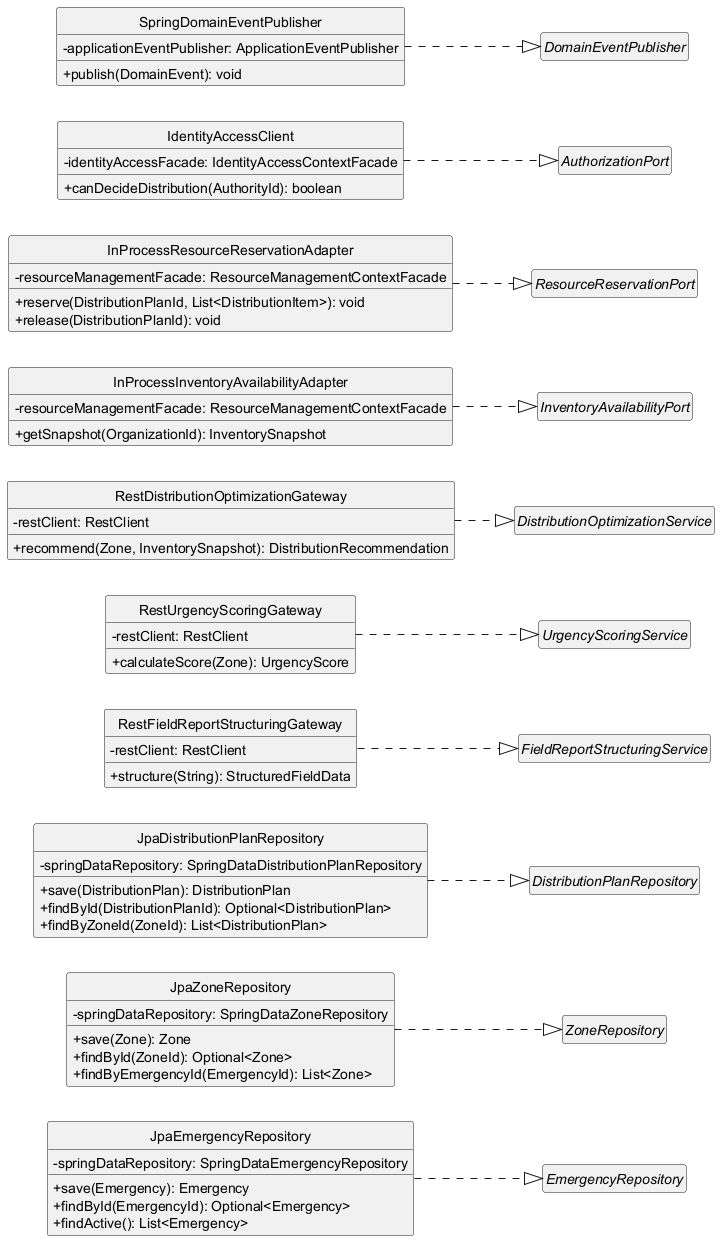
Earlier version of the PlantUML export assets/infrastructure-layer/EmergencyManagement.png (Waqta-Labs/ase-report).
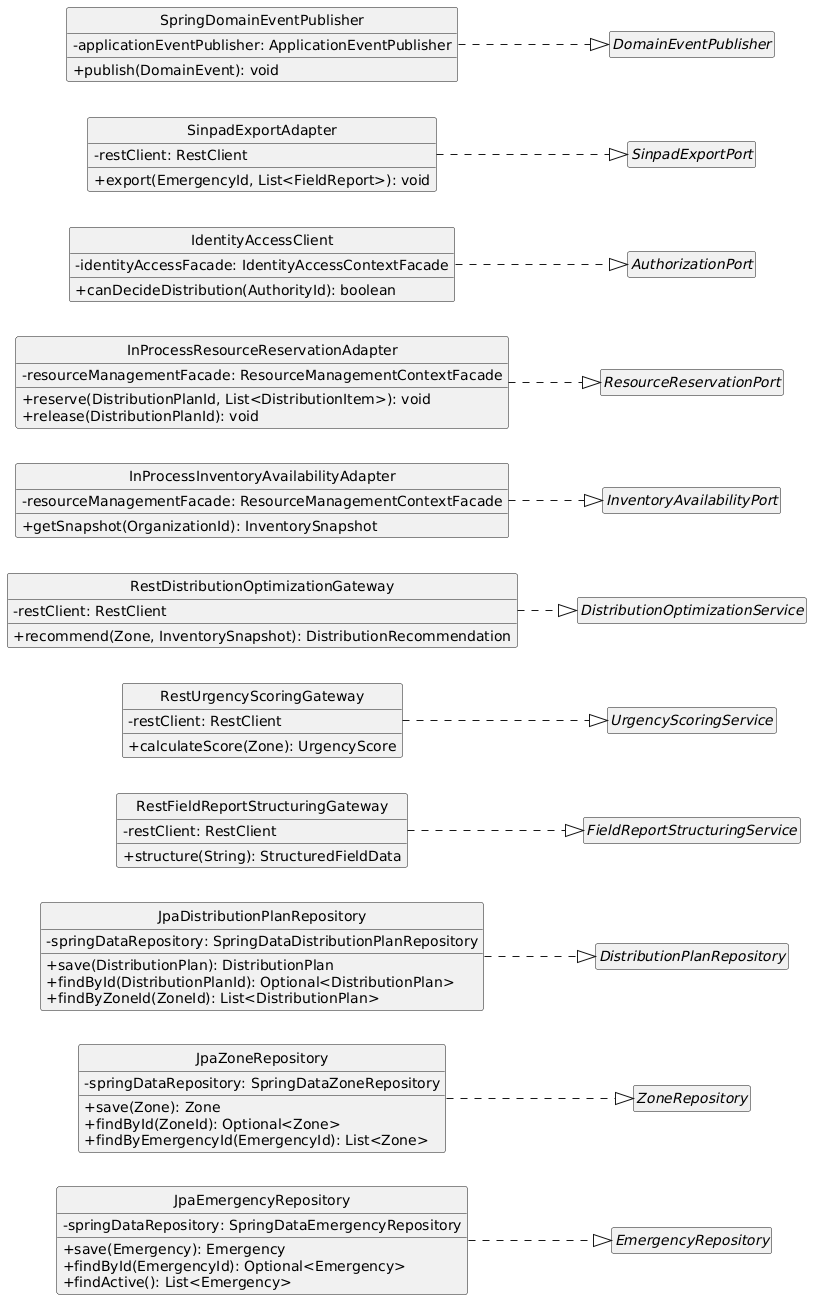
The same file after the commit.

Commit message:
docs: add SINPAD export adapter to emergency management diagrams

The edit, as a diff of the source:
```diff
@@ -1,4 +1,4 @@
-@startuml infrastructure-emergencymanagement
+@startuml
 skinparam classAttributeIconSize 0
 skinparam linetype ortho
 hide circle
@@ -57,6 +57,11 @@
   +canDecideDistribution(AuthorityId): boolean
 }
 
+class SinpadExportAdapter {
+  -restClient: RestClient
+  +export(EmergencyId, List<FieldReport>): void
+}
+
 class SpringDomainEventPublisher {
   -applicationEventPublisher: ApplicationEventPublisher
   +publish(DomainEvent): void
@@ -71,6 +76,7 @@
 interface InventoryAvailabilityPort
 interface ResourceReservationPort
 interface AuthorizationPort
+interface SinpadExportPort
 interface DomainEventPublisher
 
 JpaEmergencyRepository ..|> EmergencyRepository
@@ -82,6 +88,6 @@
 InProcessInventoryAvailabilityAdapter ..|> InventoryAvailabilityPort
 InProcessResourceReservationAdapter ..|> ResourceReservationPort
 IdentityAccessClient ..|> AuthorizationPort
+SinpadExportAdapter ..|> SinpadExportPort
 SpringDomainEventPublisher ..|> DomainEventPublisher
-
 @enduml
```
